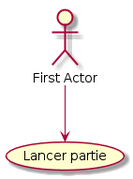
Pyp-o/D-D_bouffe keeps this PlantUML diagram as UML/Use Case/case.png. Above is the earlier version.
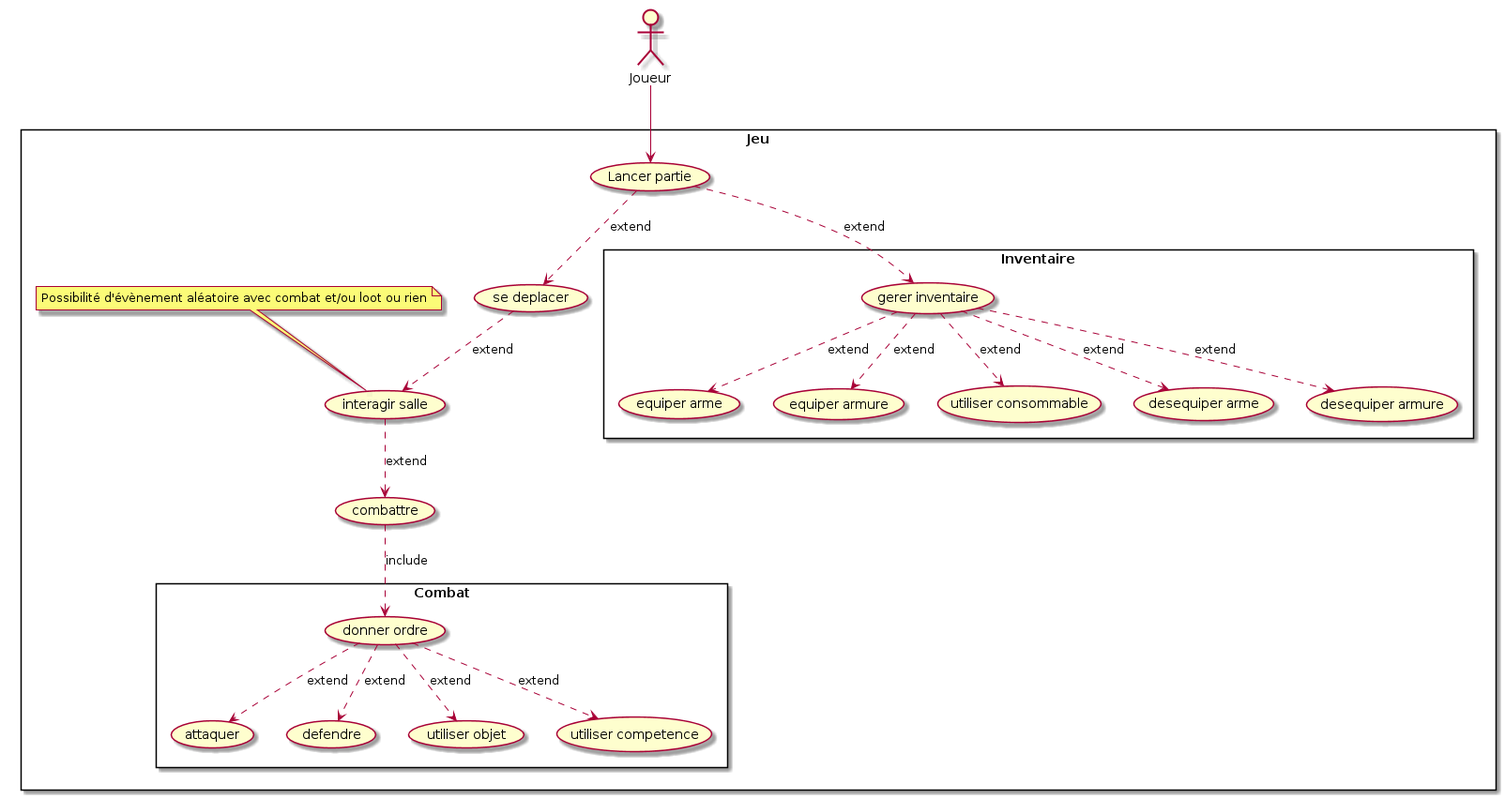
After the commit.

Commit message:
Modification du use case

The edit, as a diff of the source:
```diff
@@ -1,5 +1,32 @@
 @startuml
-:First Actor: as Joueur
+left to right direction
+:Joueur:
 
-Joueur --> (Lancer partie)
+rectangle Jeu{
+    Joueur --> (Lancer partie)
+    (Lancer partie) ..> (se deplacer) : extend
+    (se deplacer) ..> (interagir salle) : extend
+    (interagir salle) ..> (combattre) : extend
+    note left of (interagir salle) : Possibilité d'évènement aléatoire avec combat et/ou loot ou rien
+
+    rectangle Combat{
+        top to bottom direction
+        (combattre) ..> (donner ordre) : include
+        (donner ordre) ..> (attaquer) : extend
+        (donner ordre) ..> (defendre) : extend
+        (donner ordre) ..> (utiliser objet) : extend
+        (donner ordre) ..> (utiliser competence) : extend
+    }
+
+    rectangle Inventaire{
+        top to bottom direction
+        (Lancer partie) ..> (gerer inventaire) : extend
+        (gerer inventaire) ..> (equiper arme): extend
+        (gerer inventaire) ..> (equiper armure): extend
+        (gerer inventaire) ..> (utiliser consommable): extend
+        (gerer inventaire) ..> (desequiper arme): extend
+        (gerer inventaire) ..> (desequiper armure): extend
+        }
+}
+
 @enduml
```
